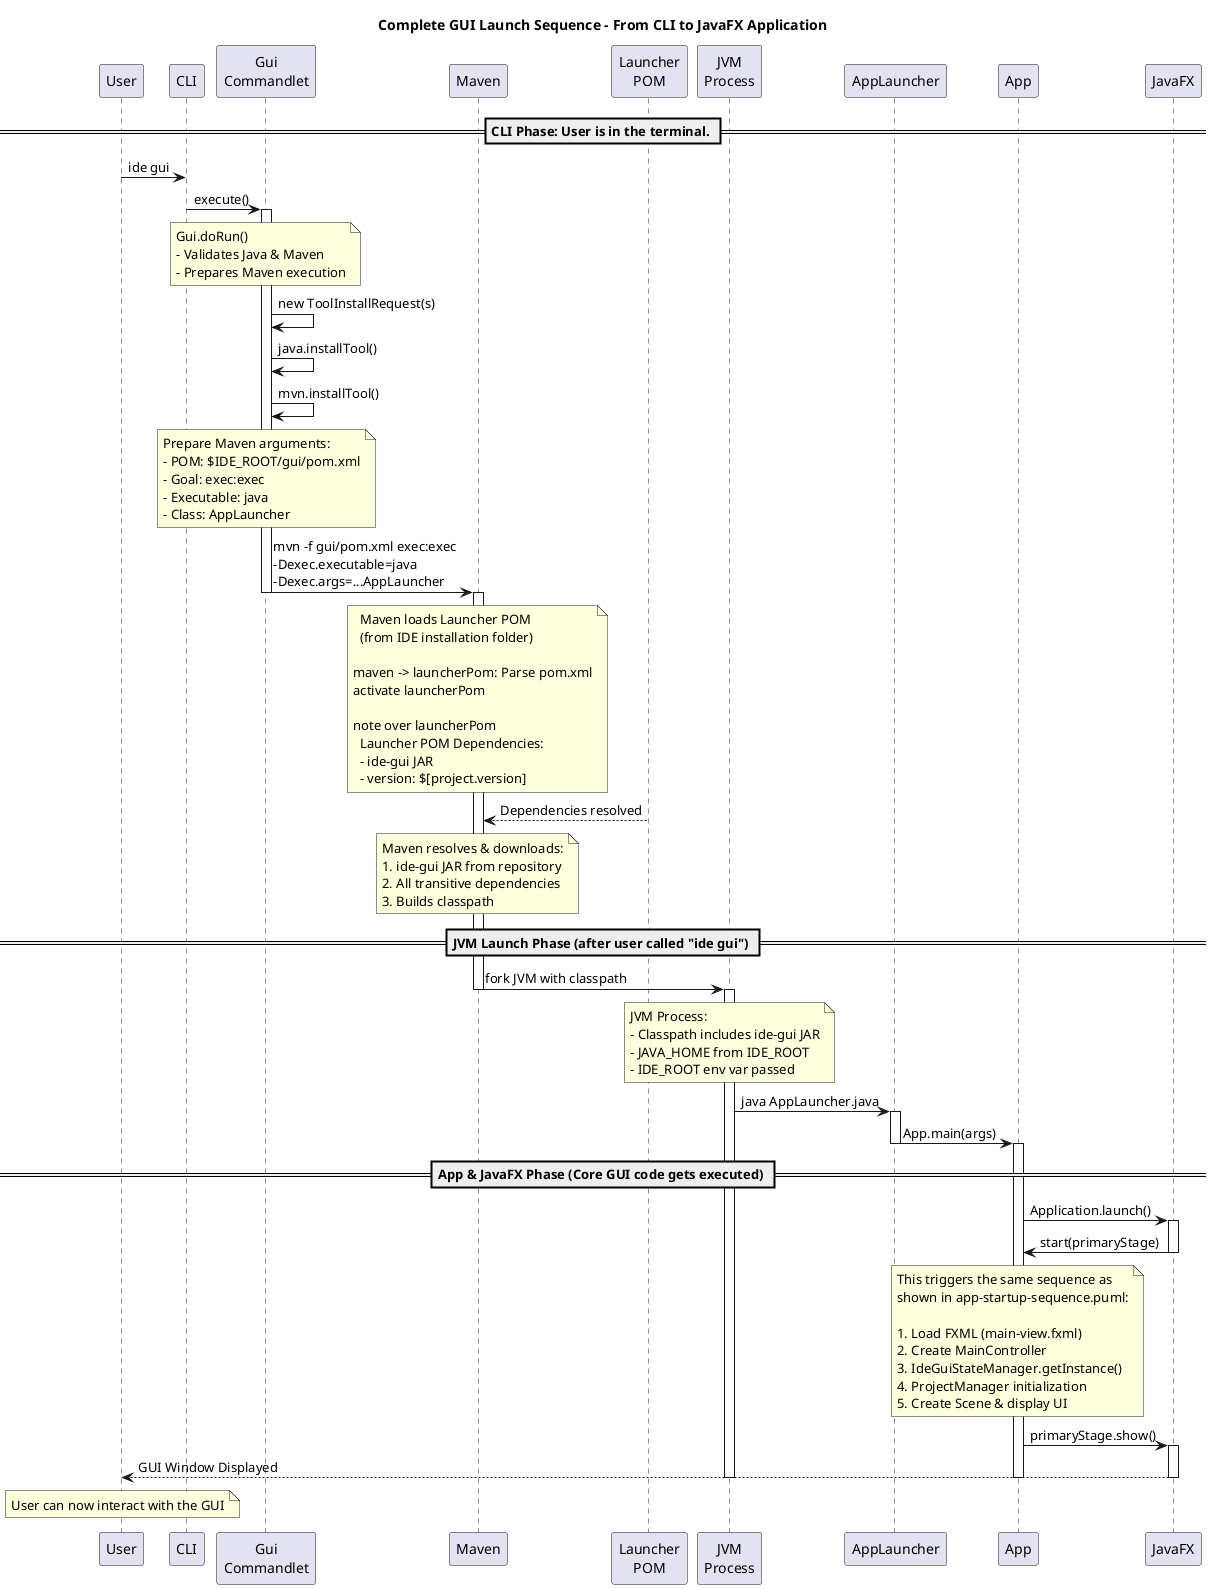
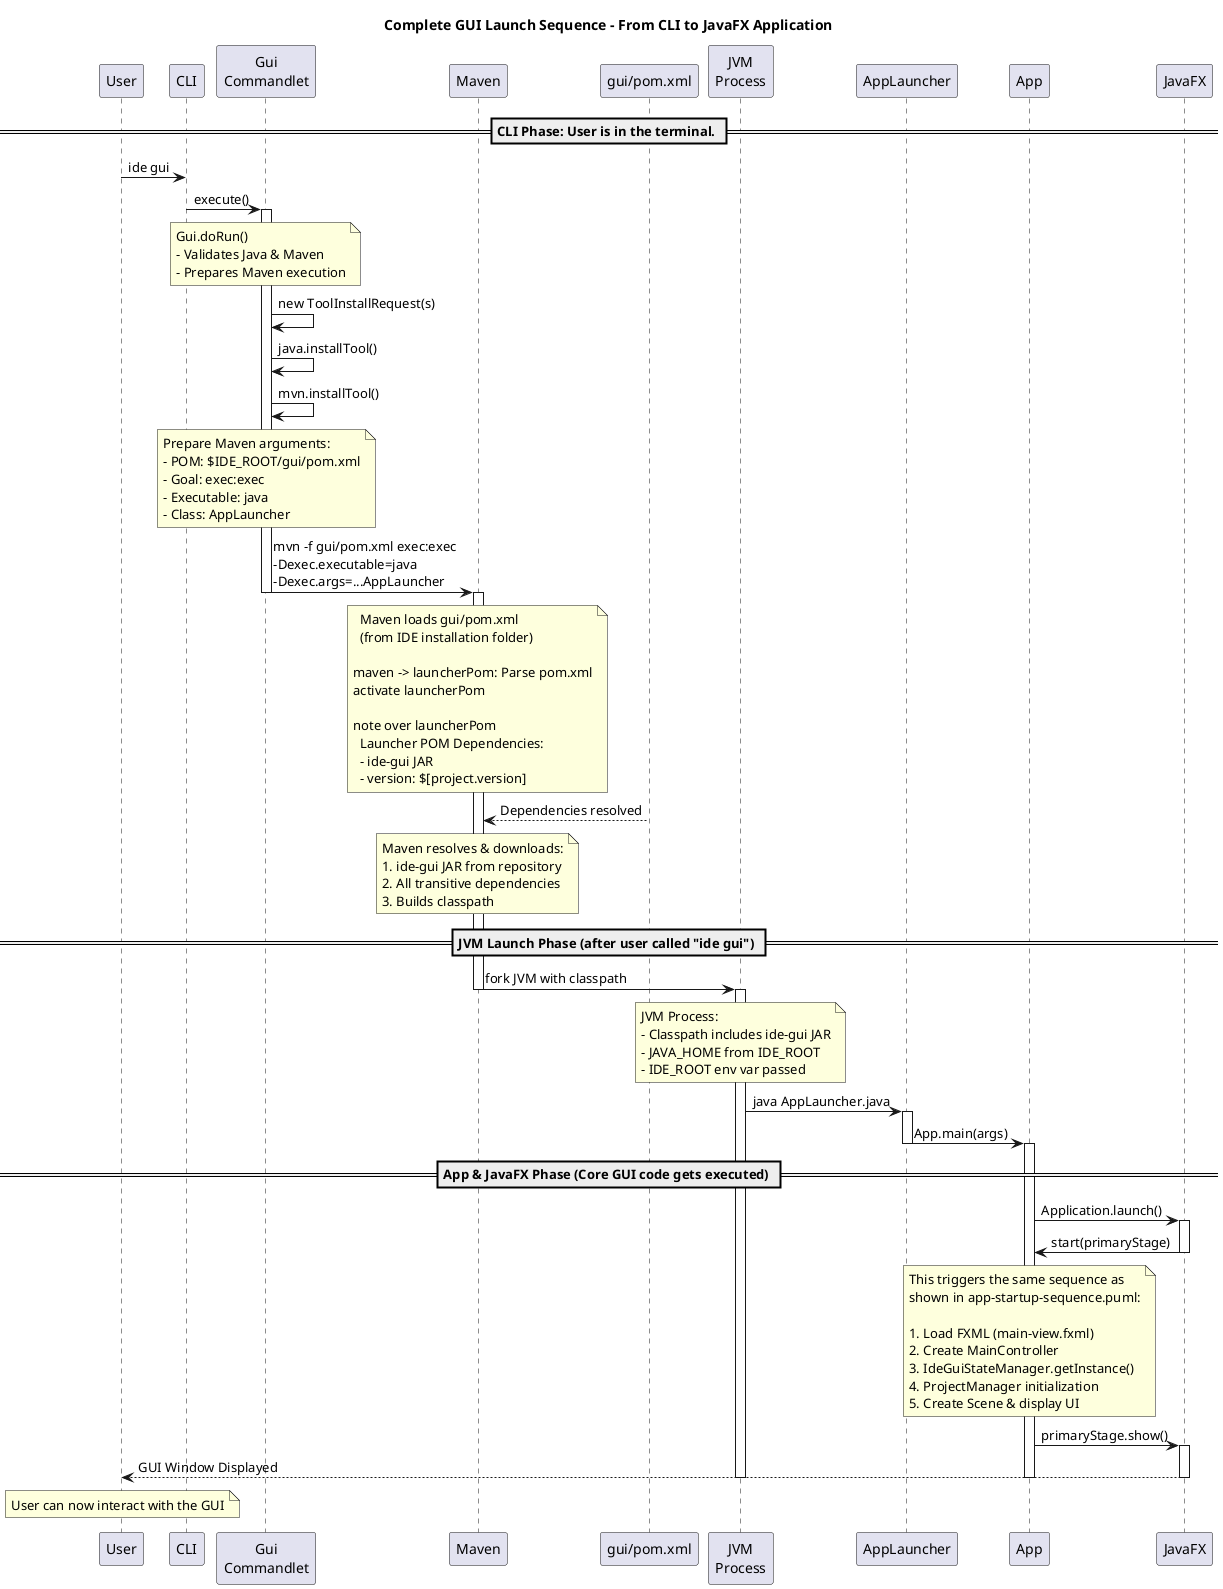
@startuml
'https://plantuml.com/sequence-diagram

title Complete GUI Launch Sequence - From CLI to JavaFX Application

participant "User" as user
participant "CLI" as cli
participant "Gui\nCommandlet" as guiCmd
participant "Maven" as maven
- participant "Launcher\nPOM" as launcherPom
+ participant "gui/pom.xml" as launcherPom
participant "JVM\nProcess" as jvm
participant "AppLauncher" as launcher
participant "App" as app
participant "JavaFX" as javafx

== CLI Phase: User is in the terminal. ==
user -> cli: ide gui
cli -> guiCmd: execute()
activate guiCmd

note over guiCmd
  Gui.doRun()
  - Validates Java & Maven
  - Prepares Maven execution
end note

guiCmd -> guiCmd: new ToolInstallRequest(s)
guiCmd -> guiCmd: java.installTool()
guiCmd -> guiCmd: mvn.installTool()

note over guiCmd
  Prepare Maven arguments:
  - POM: $IDE_ROOT/gui/pom.xml
  - Goal: exec:exec
  - Executable: java
  - Class: AppLauncher
end note

guiCmd -> maven: mvn -f gui/pom.xml exec:exec\n-Dexec.executable=java\n-Dexec.args=...AppLauncher
deactivate guiCmd
activate maven

note over maven
-   Maven loads Launcher POM
+   Maven loads gui/pom.xml
  (from IDE installation folder)

maven -> launcherPom: Parse pom.xml
activate launcherPom

note over launcherPom
  Launcher POM Dependencies:
  - ide-gui JAR
  - version: $[project.version]
end note

launcherPom --> maven: Dependencies resolved
deactivate launcherPom

note over maven
  Maven resolves & downloads:
  1. ide-gui JAR from repository
  2. All transitive dependencies
  3. Builds classpath
end note

== JVM Launch Phase (after user called "ide gui") ==

maven -> jvm: fork JVM with classpath
deactivate maven
activate jvm

note over jvm
  JVM Process:
  - Classpath includes ide-gui JAR
  - JAVA_HOME from IDE_ROOT
  - IDE_ROOT env var passed
end note

jvm -> launcher: java AppLauncher.java
activate launcher


launcher -> app: App.main(args)
deactivate launcher
activate app

== App & JavaFX Phase (Core GUI code gets executed) ==

app -> javafx: Application.launch()
activate javafx

javafx -> app: start(primaryStage)
deactivate javafx
note over app
  This triggers the same sequence as
  shown in app-startup-sequence.puml:

  1. Load FXML (main-view.fxml)
  2. Create MainController
  3. IdeGuiStateManager.getInstance()
  4. ProjectManager initialization
  5. Create Scene & display UI
end note

app -> javafx: primaryStage.show()
activate javafx

javafx --> user: GUI Window Displayed
deactivate javafx
deactivate app
deactivate jvm

note over user
  User can now interact with the GUI
end note

@enduml


